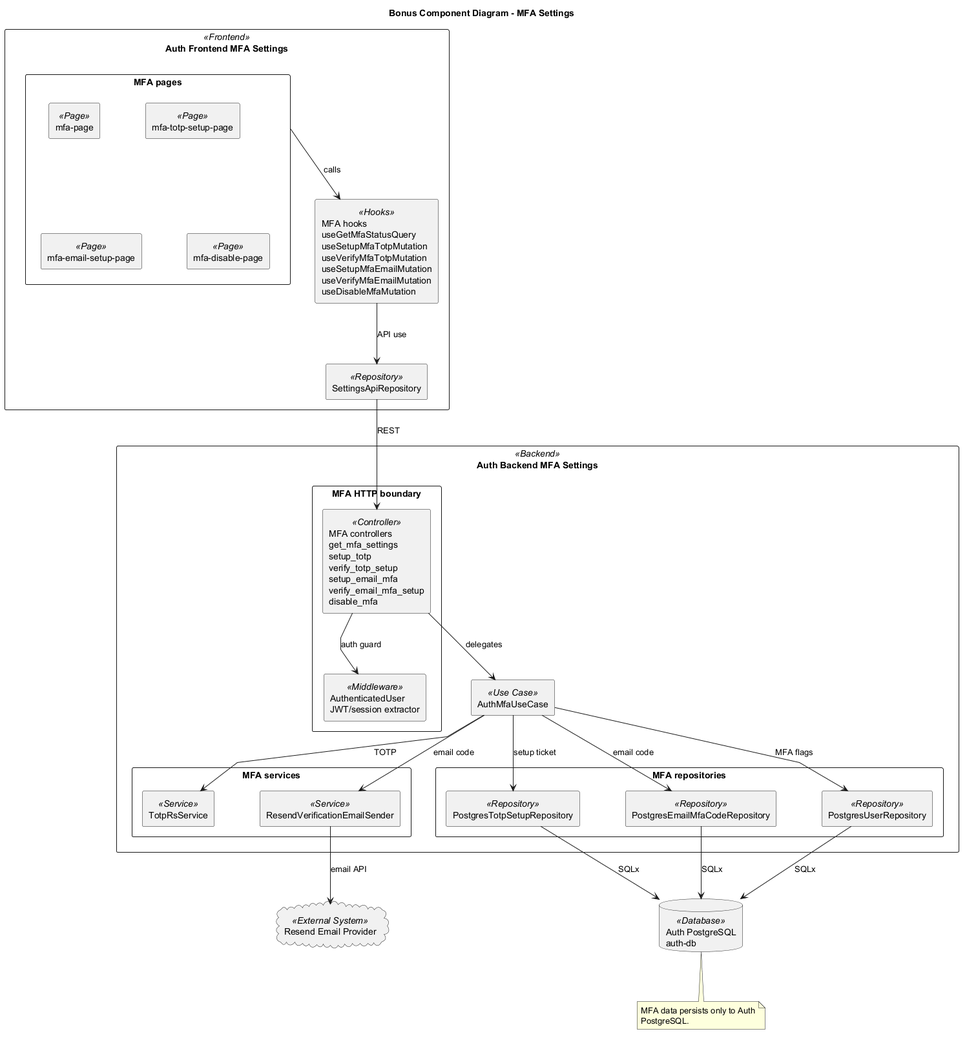
This is docs/architecture/bonus-component-mfa-settings.png from advprog-2026-A10-project/Module-9-Group, a PlantUML export, as it was before one commit.
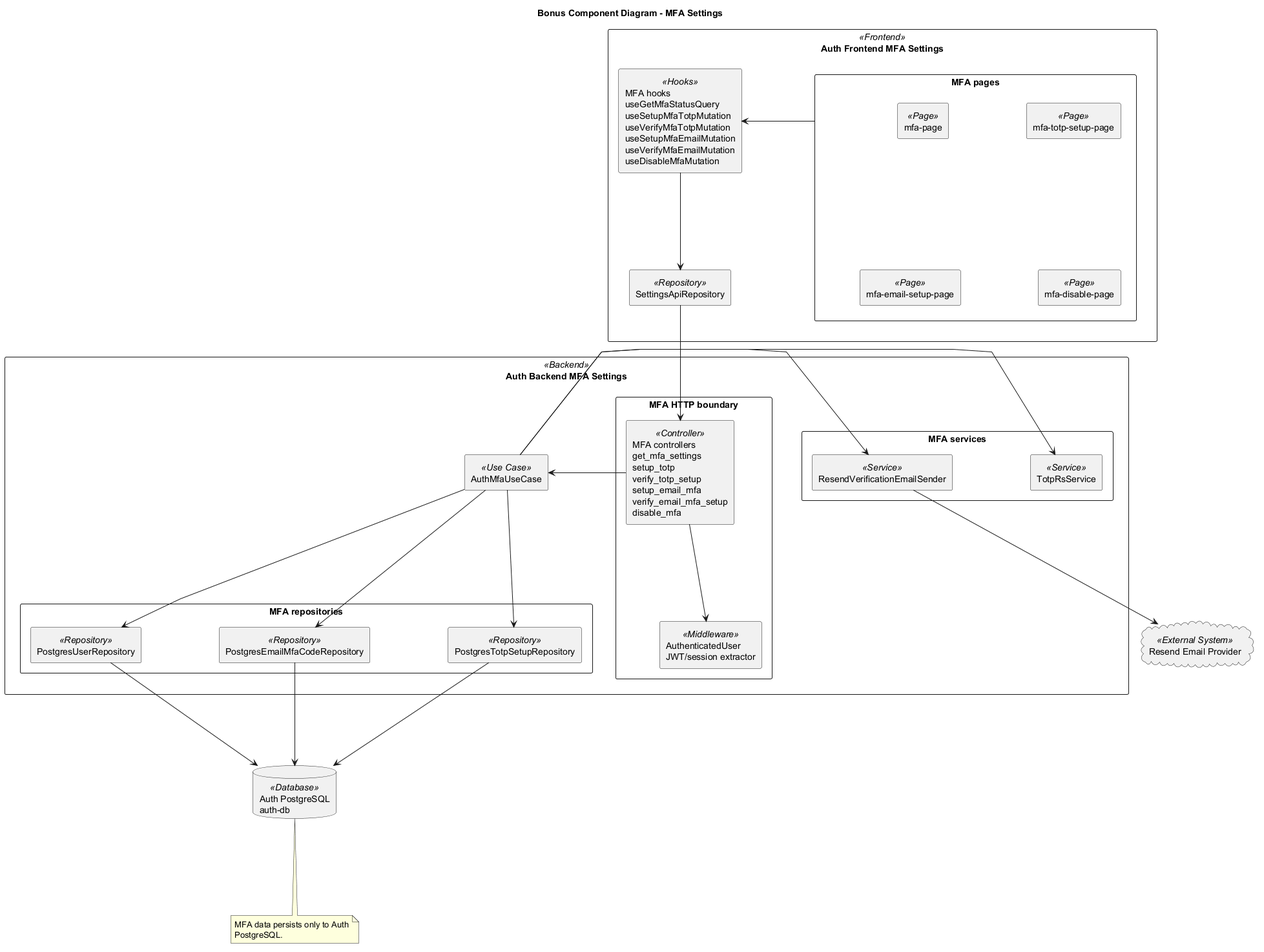
Above is the later version.

Commit message:
final attemt to fix image overlap Individual container diagram of Auth Settings Security with its code diagram of the group A10 BidMart

The edit, as a diff of the source:
```diff
@@ -3,8 +3,8 @@
 top to bottom direction
 skinparam componentStyle rectangle
 skinparam linetype polyline
-skinparam nodesep 70
-skinparam ranksep 75
+skinparam nodesep 120
+skinparam ranksep 150
 skinparam wrapWidth 210
 skinparam packageStyle rectangle
 
@@ -42,23 +42,23 @@
 database "Auth PostgreSQL\nauth-db" as AuthDB <<Database>>
 cloud "Resend Email Provider" as Resend <<External System>>
 
-MFAPages --> MfaHooks : calls
-MfaHooks --> SettingsRepo : API use
-SettingsRepo --> Controllers : REST
+MFAPages -right-> MfaHooks
+MfaHooks -down-> SettingsRepo
+SettingsRepo -down-> Controllers
 
-Controllers --> AuthExtractor : auth guard
-Controllers --> AuthMfa : delegates
+Controllers -down-> AuthExtractor
+Controllers -right-> AuthMfa
 
-AuthMfa --> TotpService : TOTP
-AuthMfa --> TotpSetupRepo : setup ticket
-AuthMfa --> EmailSender : email code
-AuthMfa --> EmailCodeRepo : email code
-AuthMfa --> UserRepo : MFA flags
+AuthMfa -left-> TotpService
+AuthMfa -down-> TotpSetupRepo
+AuthMfa -left-> EmailSender
+AuthMfa -down-> EmailCodeRepo
+AuthMfa -down-> UserRepo
 
-TotpSetupRepo --> AuthDB : SQLx
-EmailCodeRepo --> AuthDB : SQLx
-UserRepo --> AuthDB : SQLx
-EmailSender --> Resend : email API
+TotpSetupRepo -down-> AuthDB
+EmailCodeRepo -down-> AuthDB
+UserRepo -down-> AuthDB
+EmailSender -down-> Resend
 
 note bottom of AuthDB
 MFA data persists only to Auth PostgreSQL.
```
